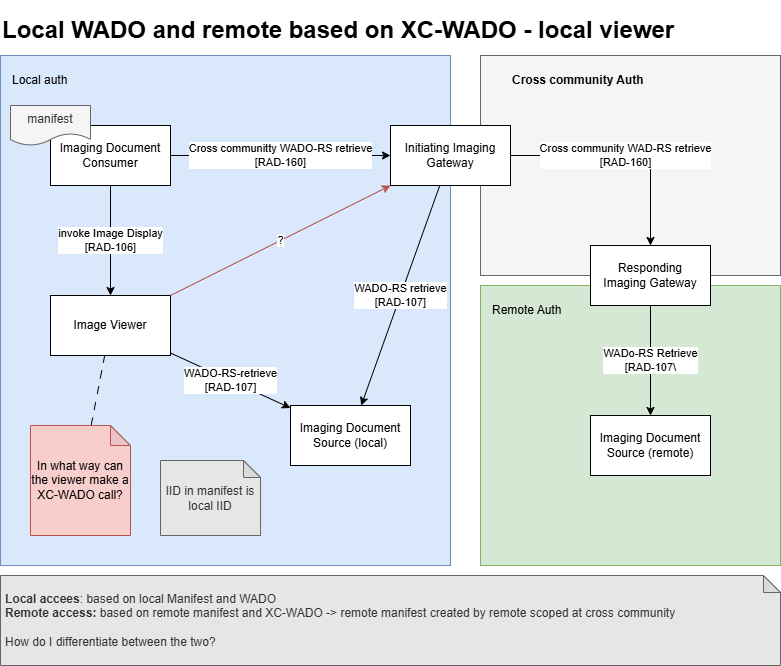
Above: mado-profile-images/actors-2-remote-local-viewer.drawio.png in hl7-eu/imaging-manifest (draw.io), before the change. Source tidied: cells renumbered, new cells last; positions are measured from the earlier drawing's top-left corner, leaving out a move shared by most shapes.
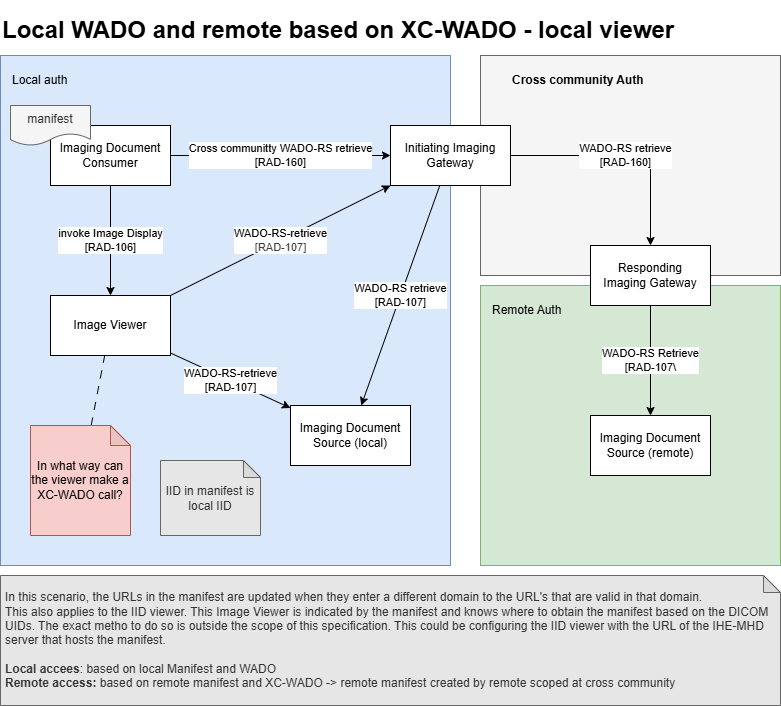
The same diagram one commit later.

Commit message:
Updated based on comments from Charles

Diff of the diagram source:
```diff
@@ -14,7 +14,7 @@
     <mxCell id="5" style="rounded=0;whiteSpace=wrap;html=1;fillColor=#dae8fc;strokeColor=#6c8ebf;" parent="1" vertex="1">
       <mxGeometry y="40" width="450" height="510" as="geometry" />
     </mxCell>
-    <mxCell id="6" value="Cross community WAD-RS retrieve&lt;div&gt;[RAD-160]&lt;/div&gt;" style="edgeStyle=orthogonalEdgeStyle;html=1;" parent="1" edge="1" source="7" target="19">
+    <mxCell id="6" value="WADO-RS retrieve&lt;div&gt;[RAD-160]&lt;/div&gt;" style="edgeStyle=orthogonalEdgeStyle;html=1;" parent="1" edge="1" source="7" target="19">
       <mxGeometry relative="1" as="geometry" />
     </mxCell>
     <mxCell id="7" value="Initiating Imaging Gateway" style="whiteSpace=wrap;html=1;" parent="1" vertex="1">
@@ -41,7 +41,7 @@
     <mxCell id="14" value="Imaging Document&lt;div&gt;Source (local)&lt;/div&gt;" style="whiteSpace=wrap;html=1;" parent="1" vertex="1">
       <mxGeometry x="290" y="390" width="120" height="60" as="geometry" />
     </mxCell>
-    <mxCell id="15" value="?" style="edgeStyle=none;html=1;fillColor=#f8cecc;strokeColor=#b85450;" parent="1" edge="1" source="13" target="7">
+    <mxCell id="15" value="&lt;span style=&quot;color: rgb(0, 0, 0);&quot;&gt;WADO-RS-retrieve&lt;/span&gt;&lt;div style=&quot;color: rgb(63, 63, 63); scrollbar-color: rgb(226, 226, 226) rgb(251, 251, 251);&quot;&gt;[RAD-107]&lt;/div&gt;" style="edgeStyle=none;html=1;fillColor=#f8cecc;strokeColor=#000000;" parent="1" edge="1" source="13" target="7">
       <mxGeometry relative="1" as="geometry" />
     </mxCell>
     <mxCell id="16" style="edgeStyle=none;html=1;dashed=1;dashPattern=8 8;endArrow=none;endFill=0;" parent="1" edge="1" source="17" target="13">
@@ -50,7 +50,7 @@
     <mxCell id="17" value="In what way can the viewer make a XC-WADO call?" style="shape=note;whiteSpace=wrap;html=1;backgroundOutline=1;darkOpacity=0.05;fillColor=#f8cecc;strokeColor=#b85450;size=20;" parent="1" vertex="1">
       <mxGeometry x="30" y="410" width="100" height="110" as="geometry" />
     </mxCell>
-    <mxCell id="18" value="WADo-RS Retrieve&lt;div&gt;[RAD-107\&lt;/div&gt;" style="edgeStyle=none;html=1;entryX=0.5;entryY=0;entryDx=0;entryDy=0;" parent="1" edge="1" source="19" target="20">
+    <mxCell id="18" value="WADO-RS Retrieve&lt;div&gt;[RAD-107\&lt;/div&gt;" style="edgeStyle=none;html=1;entryX=0.5;entryY=0;entryDx=0;entryDy=0;" parent="1" edge="1" source="19" target="20">
       <mxGeometry relative="1" as="geometry" />
     </mxCell>
     <mxCell id="19" value="Responding&lt;div&gt;Imaging Gateway&lt;/div&gt;" style="whiteSpace=wrap;html=1;" parent="1" vertex="1">
@@ -71,8 +71,8 @@
     <mxCell id="24" value="&lt;h1&gt;Local WADO and remote based on XC-WADO - local viewer&lt;/h1&gt;" style="text;strokeColor=none;align=left;fillColor=none;html=1;verticalAlign=middle;whiteSpace=wrap;rounded=0;" parent="1" vertex="1">
       <mxGeometry width="780" height="30" as="geometry" />
     </mxCell>
-    <mxCell id="25" value="&lt;b&gt;Local accees&lt;/b&gt;: based on local Manifest and WADO&lt;div&gt;&lt;b&gt;Remote access:&lt;/b&gt; based on remote manifest and XC-WADO -&amp;gt; remote manifest created by remote scoped at cross community&lt;/div&gt;&lt;div&gt;&lt;br&gt;&lt;/div&gt;&lt;div&gt;How do I differentiate between the two?&lt;/div&gt;" style="shape=note;whiteSpace=wrap;html=1;backgroundOutline=1;darkOpacity=0.05;fillColor=#E6E6E6;fontColor=#333333;strokeColor=#666666;size=17;align=left;spacingLeft=3;" parent="1" vertex="1">
-      <mxGeometry y="560" width="780" height="90" as="geometry" />
+    <mxCell id="25" value="&lt;div&gt;In this scenario, the URLs in the manifest are updated when they enter a different domain to the URL's that are valid in that domain.&lt;/div&gt;&lt;div&gt;This also applies to the IID viewer. This Image Viewer is indicated by the manifest and knows where to obtain the manifest based on the DICOM UIDs. The exact metho to do so is outside the scope of this specification. This could be configuring the IID viewer with the URL of the IHE-MHD server that hosts the manifest.&lt;/div&gt;&lt;div&gt;&lt;br&gt;&lt;/div&gt;&lt;b&gt;Local accees&lt;/b&gt;: based on local Manifest and WADO&lt;div&gt;&lt;b&gt;Remote access:&lt;/b&gt; based on remote manifest and XC-WADO -&amp;gt; remote manifest created by remote scoped at cross community&lt;/div&gt;" style="shape=note;whiteSpace=wrap;html=1;backgroundOutline=1;darkOpacity=0.05;fillColor=#E6E6E6;fontColor=#333333;strokeColor=#666666;size=17;align=left;spacingLeft=3;" parent="1" vertex="1">
+      <mxGeometry y="560" width="780" height="130" as="geometry" />
     </mxCell>
     <mxCell id="26" value="manifest" style="shape=document;whiteSpace=wrap;html=1;boundedLbl=1;fillColor=#f5f5f5;fontColor=#333333;strokeColor=#666666;" parent="1" vertex="1">
       <mxGeometry x="10" y="90" width="80" height="40" as="geometry" />
```
